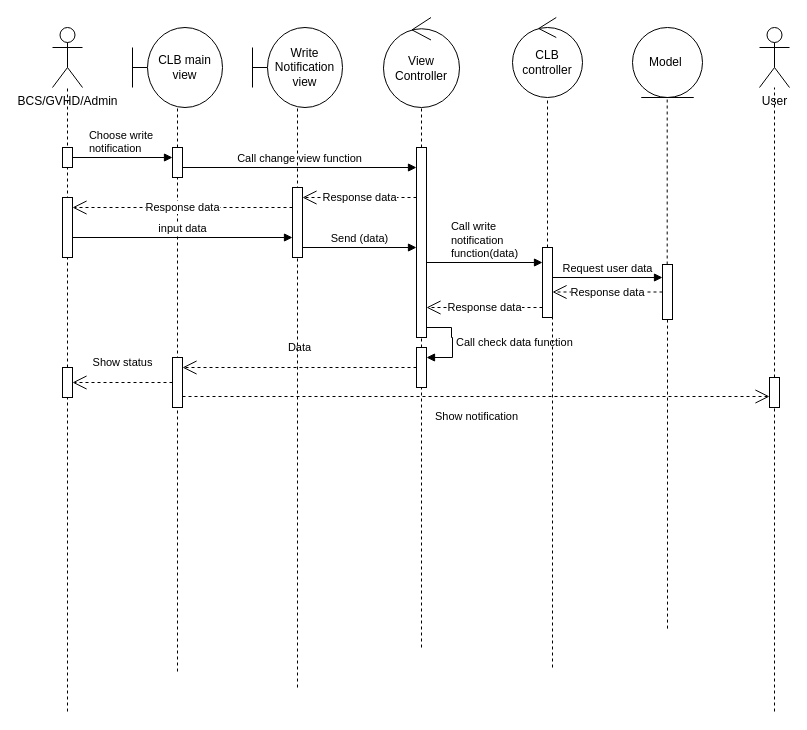
This is page "Write & receive notifications/event" (12 of 12) of diagram.drawio from ZanhhTrann/finall_project-, a draw.io file, before an edit. Source tidied: cells renumbered, new cells numbered last; positions are measured from the earlier drawing's top-left corner, leaving out a move shared by most shapes. Both pictures are drawn from the tidied source at 100%, with x=0, y=0 at pixel (52, 17).
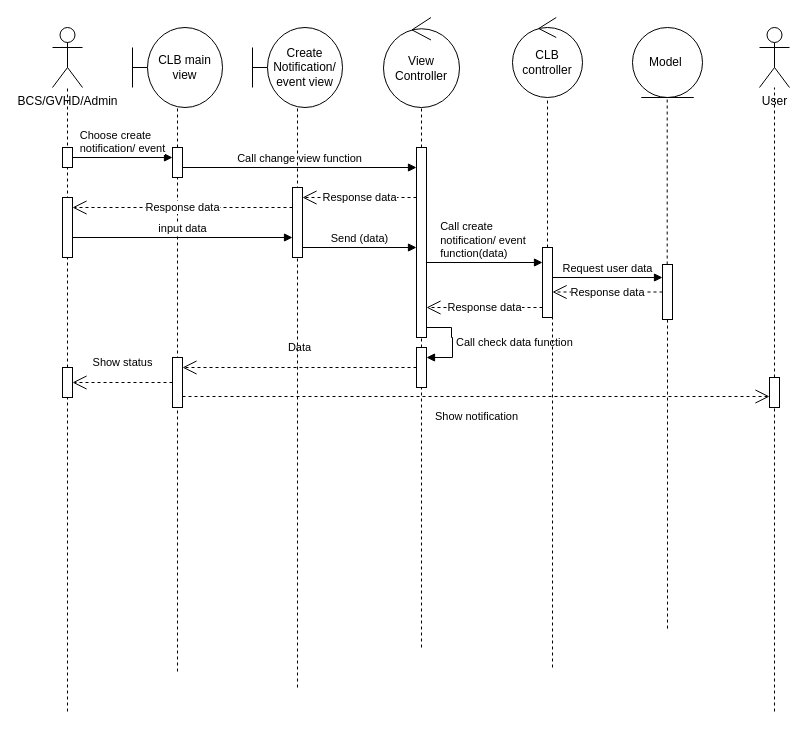
After the change.

Diff of the diagram source:
```diff
@@
-    <mxCell id="14" value="&lt;div style=&quot;text-align: left;&quot;&gt;Call write&amp;nbsp;&lt;/div&gt;&lt;div style=&quot;text-align: left;&quot;&gt;notification&amp;nbsp;&lt;/div&gt;&lt;div style=&quot;text-align: left;&quot;&gt;function(data)&lt;/div&gt;" style="html=1;verticalAlign=bottom;endArrow=block;curved=0;rounded=0;" parent="1" edge="1">
+    <mxCell id="14" value="&lt;div style=&quot;text-align: left;&quot;&gt;Call create&lt;/div&gt;&lt;div style=&quot;text-align: left;&quot;&gt;notification/ event&amp;nbsp;&lt;/div&gt;&lt;div style=&quot;text-align: left;&quot;&gt;function(data)&lt;/div&gt;" style="html=1;verticalAlign=bottom;endArrow=block;curved=0;rounded=0;" parent="1" edge="1">
       <mxGeometry relative="1" as="geometry">
         <mxPoint x="374" y="245" as="sourcePoint" />
         <mxPoint x="490" y="245" as="targetPoint" />
         <Array as="points">
           <mxPoint x="490" y="245" />
         </Array>
       </mxGeometry>
     </mxCell>
@@
-    <mxCell id="24" value="&lt;div style=&quot;text-align: left;&quot;&gt;Choose write&amp;nbsp;&lt;/div&gt;&lt;div style=&quot;text-align: left;&quot;&gt;notification&lt;/div&gt;" style="html=1;verticalAlign=bottom;endArrow=block;curved=0;rounded=0;" parent="1" edge="1">
+    <mxCell id="24" value="&lt;div style=&quot;text-align: left;&quot;&gt;Choose create&amp;nbsp;&lt;/div&gt;&lt;div style=&quot;text-align: left;&quot;&gt;notification/ event&lt;/div&gt;" style="html=1;verticalAlign=bottom;endArrow=block;curved=0;rounded=0;" parent="1" edge="1">
       <mxGeometry relative="1" as="geometry">
         <mxPoint x="20" y="140" as="sourcePoint" />
         <mxPoint x="120" y="140" as="targetPoint" />
       </mxGeometry>
     </mxCell>
@@
-    <mxCell id="29" value="Write Notification view" style="shape=umlBoundary;whiteSpace=wrap;html=1;" parent="1" vertex="1">
+    <mxCell id="29" value="Create Notification/ event view" style="shape=umlBoundary;whiteSpace=wrap;html=1;" parent="1" vertex="1">
       <mxGeometry x="200" y="10" width="90" height="80" as="geometry" />
     </mxCell>
```
